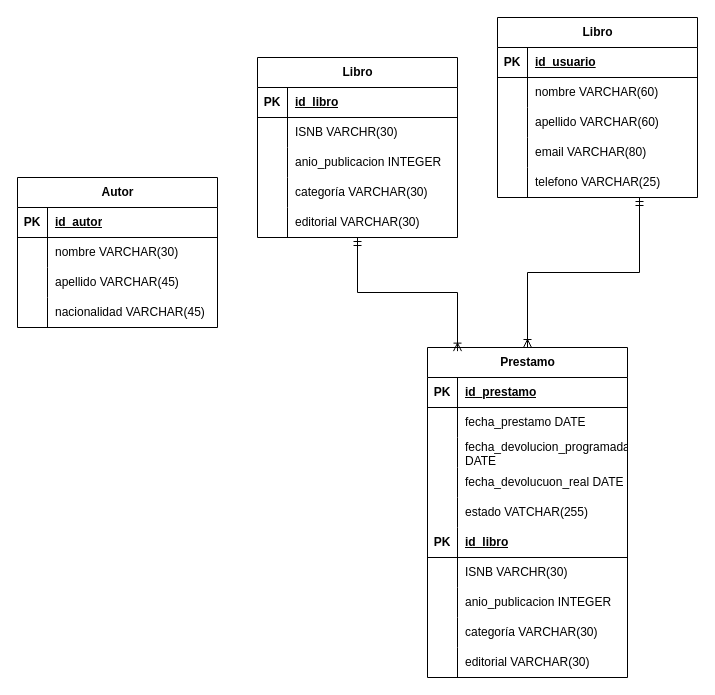
otrolemao/Modelo_De_Datos3 keeps this draw.io diagram as Diagrama sin título.drawio. Above is the earlier version. Source tidied: cells renumbered, new cells numbered last; positions are measured from the earlier drawing's top-left corner, leaving out a move shared by most shapes. Both pictures are drawn from the tidied source at 100%, with x=0, y=0 at pixel (17, 17).
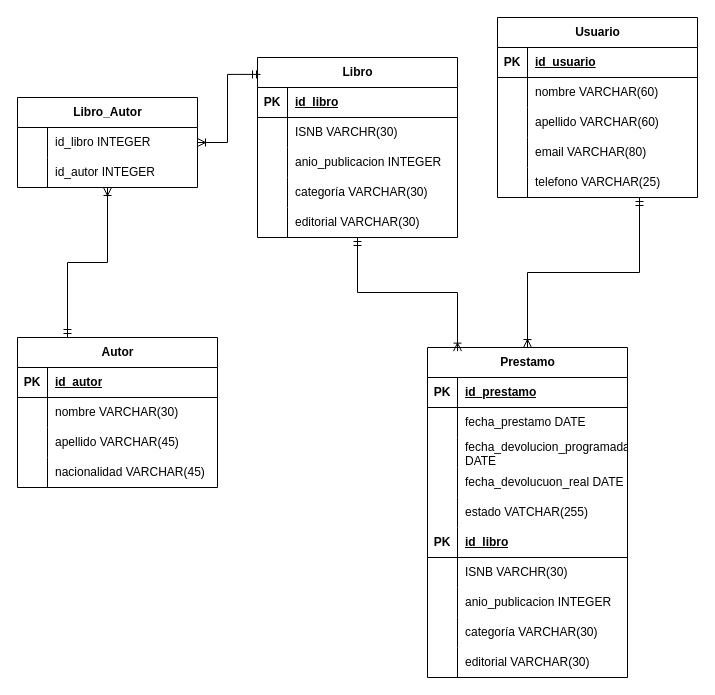
The same diagram, later.

The change refers to these unchanged cells:
```xml
<mxCell id="2" value="Libro" style="shape=table;startSize=30;childLayout=tableLayout;rowLines=0;fontStyle=1;align=center;html=1;" parent="1" vertex="1">
  <mxGeometry x="240" y="40" width="200" height="180" as="geometry" />
</mxCell>
```

What changed in the source:
```diff
@@
     <mxCell id="18" value="Autor" style="shape=table;startSize=30;childLayout=tableLayout;rowLines=0;fontStyle=1;align=center;html=1;" parent="1" vertex="1">
-      <mxGeometry y="160" width="200" height="150" as="geometry" />
+      <mxGeometry y="320" width="200" height="150" as="geometry" />
     </mxCell>
@@
-    <mxCell id="62" value="Libro" style="shape=table;startSize=30;childLayout=tableLayout;rowLines=0;fontStyle=1;align=center;html=1;" parent="1" vertex="1">
+    <mxCell id="62" value="Usuario" style="shape=table;startSize=30;childLayout=tableLayout;rowLines=0;fontStyle=1;align=center;html=1;" parent="1" vertex="1">
       <mxGeometry x="480" width="200" height="180" as="geometry" />
     </mxCell>
@@
+    <mxCell id="80" style="edgeStyle=orthogonalEdgeStyle;rounded=0;jettySize=auto;html=1;entryX=0.25;entryY=0;entryDx=0;entryDy=0;endArrow=ERmandOne;endFill=0;startArrow=ERoneToMany;startFill=0;" parent="1" edge="1" source="81" target="18">
+      <mxGeometry relative="1" as="geometry" />
+    </mxCell>
+    <mxCell id="81" value="Libro_Autor" style="shape=table;startSize=30;childLayout=tableLayout;rowLines=0;fontStyle=1;align=center;html=1;" parent="1" vertex="1">
+      <mxGeometry y="80" width="180" height="90" as="geometry" />
+    </mxCell>
+    <mxCell id="82" style="shape=tableRow;horizontal=0;startSize=0;swimlaneHead=0;swimlaneBody=0;fillColor=none;points=[[0,0.5],[1,0.5]];portConstraint=eastwest;top=0;left=0;right=0;bottom=0;" parent="81" vertex="1">
+      <mxGeometry y="30" width="180" height="30" as="geometry" />
+    </mxCell>
+    <mxCell id="83" style="shape=partialRectangle;fillColor=none;top=0;left=0;bottom=0;right=0;overflow=hidden;whiteSpace=wrap;html=1;" parent="82" vertex="1">
+      <mxGeometry width="30" height="30" as="geometry" />
+    </mxCell>
+    <mxCell id="84" value="id_libro INTEGER" style="shape=partialRectangle;fillColor=none;top=0;left=0;bottom=0;right=0;align=left;spacingLeft=6;overflow=hidden;whiteSpace=wrap;html=1;" parent="82" vertex="1">
+      <mxGeometry x="30" width="150" height="30" as="geometry" />
+    </mxCell>
+    <mxCell id="85" style="shape=tableRow;horizontal=0;startSize=0;swimlaneHead=0;swimlaneBody=0;fillColor=none;top=0;left=0;right=0;bottom=0;" parent="81" vertex="1">
+      <mxGeometry y="60" width="180" height="30" as="geometry" />
+    </mxCell>
+    <mxCell id="86" style="shape=partialRectangle;fillColor=none;top=0;left=0;bottom=0;right=0;overflow=hidden;whiteSpace=wrap;html=1;" parent="85" vertex="1">
+      <mxGeometry width="30" height="30" as="geometry" />
+    </mxCell>
+    <mxCell id="87" value="id_autor INTEGER" style="shape=partialRectangle;fillColor=none;top=0;left=0;bottom=0;right=0;align=left;spacingLeft=6;overflow=hidden;whiteSpace=wrap;html=1;" parent="85" vertex="1">
+      <mxGeometry x="30" width="150" height="30" as="geometry" />
+    </mxCell>
+    <mxCell id="88" style="edgeStyle=orthogonalEdgeStyle;rounded=0;jettySize=auto;html=1;entryX=0.015;entryY=0.094;entryDx=0;entryDy=0;entryPerimeter=0;endArrow=ERmandOne;endFill=0;startArrow=ERoneToMany;startFill=0;" parent="1" edge="1" source="82" target="2">
+      <mxGeometry relative="1" as="geometry" />
+    </mxCell>
```
